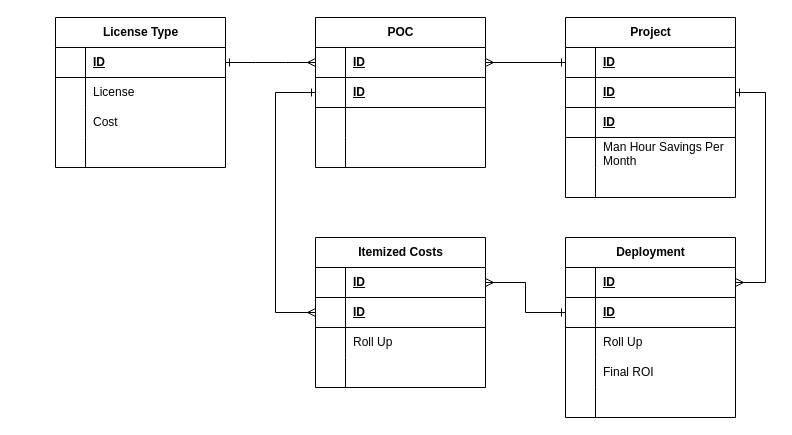
Earlier version of the draw.io diagram page "Option-1a" (1 of 4) of erd-projint-01.drawio (josjreyes/GitInit). Source tidied: cells renumbered, new cells numbered last; positions are measured from the earlier drawing's top-left corner, leaving out a move shared by most shapes. Both pictures are drawn from the tidied source at 100%, with x=0, y=0 at pixel (55, 17).
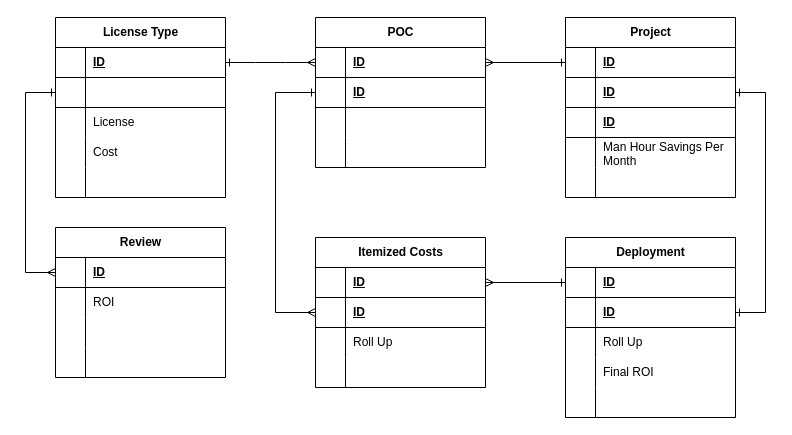
After the change.

Unchanged cells that the change refers to:
```xml
<mxCell id="6" style="shape=tableRow;horizontal=0;startSize=0;swimlaneHead=0;swimlaneBody=0;fillColor=none;points=[[0,0.5],[1,0.5]];portConstraint=eastwest;top=0;left=0;right=0;bottom=1;" parent="2" vertex="1">
  <mxGeometry y="60" width="170" height="30" as="geometry" />
</mxCell>
<mxCell id="33" style="shape=tableRow;horizontal=0;startSize=0;swimlaneHead=0;swimlaneBody=0;fillColor=none;points=[[0,0.5],[1,0.5]];portConstraint=eastwest;top=0;left=0;right=0;bottom=1;" parent="32" vertex="1">
  <mxGeometry y="30" width="170" height="30" as="geometry" />
</mxCell>
<mxCell id="36" style="shape=tableRow;horizontal=0;startSize=0;swimlaneHead=0;swimlaneBody=0;fillColor=none;points=[[0,0.5],[1,0.5]];portConstraint=eastwest;top=0;left=0;right=0;bottom=1;" parent="32" vertex="1">
  <mxGeometry y="60" width="170" height="30" as="geometry" />
</mxCell>
<mxCell id="63" style="shape=tableRow;horizontal=0;startSize=0;swimlaneHead=0;swimlaneBody=0;fillColor=none;points=[[0,0.5],[1,0.5]];portConstraint=eastwest;top=0;left=0;right=0;bottom=1;" parent="62" vertex="1">
  <mxGeometry y="30" width="170" height="30" as="geometry" />
</mxCell>
```

Change to the diagram source:
```diff
@@
     <mxCell id="18" value="License Type" style="shape=table;startSize=30;childLayout=tableLayout;rowLines=0;fontStyle=1;align=center;html=1;" parent="1" vertex="1">
-      <mxGeometry width="170" height="150" as="geometry" />
+      <mxGeometry width="170" height="180" as="geometry" />
     </mxCell>
@@
+    <mxCell id="78" style="shape=tableRow;horizontal=0;startSize=0;swimlaneHead=0;swimlaneBody=0;fillColor=none;points=[[0,0.5],[1,0.5]];portConstraint=eastwest;top=0;left=0;right=0;bottom=1;" parent="18" vertex="1">
+      <mxGeometry y="60" width="170" height="30" as="geometry" />
+    </mxCell>
+    <mxCell id="79" style="shape=partialRectangle;fillColor=none;top=0;left=0;bottom=0;right=0;fontStyle=1;overflow=hidden;whiteSpace=wrap;html=1;" parent="78" vertex="1">
+      <mxGeometry width="30" height="30" as="geometry" />
+    </mxCell>
+    <mxCell id="80" style="shape=partialRectangle;fillColor=none;top=0;left=0;bottom=0;right=0;align=left;spacingLeft=6;fontStyle=5;overflow=hidden;whiteSpace=wrap;html=1;" parent="78" vertex="1">
+      <mxGeometry x="30" width="140" height="30" as="geometry" />
+    </mxCell>
     <mxCell id="22" style="shape=tableRow;horizontal=0;startSize=0;swimlaneHead=0;swimlaneBody=0;fillColor=none;top=0;left=0;right=0;bottom=0;" parent="18" vertex="1">
-      <mxGeometry y="60" width="170" height="30" as="geometry" />
+      <mxGeometry y="90" width="170" height="30" as="geometry" />
     </mxCell>
@@
     <mxCell id="25" style="shape=tableRow;horizontal=0;startSize=0;swimlaneHead=0;swimlaneBody=0;fillColor=none;top=0;left=0;right=0;bottom=0;" parent="18" vertex="1">
-      <mxGeometry y="90" width="170" height="30" as="geometry" />
+      <mxGeometry y="120" width="170" height="30" as="geometry" />
     </mxCell>
@@
     <mxCell id="28" style="shape=tableRow;horizontal=0;startSize=0;swimlaneHead=0;swimlaneBody=0;fillColor=none;top=0;left=0;right=0;bottom=0;" parent="18" vertex="1">
-      <mxGeometry y="120" width="170" height="30" as="geometry" />
+      <mxGeometry y="150" width="170" height="30" as="geometry" />
     </mxCell>
@@
-    <mxCell id="61" style="edgeStyle=entityRelationEdgeStyle;fontSize=12;html=1;endArrow=ERone;startArrow=ERmany;rounded=0;entryX=1;entryY=0.5;entryDx=0;entryDy=0;startFill=0;endFill=0;" parent="1" edge="1" source="33" target="6">
+    <mxCell id="61" style="edgeStyle=entityRelationEdgeStyle;fontSize=12;html=1;endArrow=ERone;startArrow=ERone;rounded=0;entryX=1;entryY=0.5;entryDx=0;entryDy=0;startFill=0;endFill=0;" parent="1" edge="1" source="36" target="6">
       <mxGeometry relative="1" as="geometry">
         <Array as="points">
           <mxPoint x="584.9" y="775" />
           <mxPoint x="335" y="270" />
           <mxPoint x="574.9" y="775" />
         </Array>
       </mxGeometry>
     </mxCell>
@@
-    <mxCell id="75" style="edgeStyle=orthogonalEdgeStyle;rounded=0;jettySize=auto;html=1;exitX=1;exitY=0.5;exitDx=0;exitDy=0;entryX=0;entryY=0.5;entryDx=0;entryDy=0;endArrow=ERone;endFill=0;startArrow=ERmany;startFill=0;" parent="1" edge="1" source="63" target="36">
+    <mxCell id="75" style="edgeStyle=orthogonalEdgeStyle;rounded=0;jettySize=auto;html=1;exitX=1;exitY=0.5;exitDx=0;exitDy=0;entryX=0;entryY=0.5;entryDx=0;entryDy=0;endArrow=ERone;endFill=0;startArrow=ERmany;startFill=0;" parent="1" edge="1" source="63" target="33">
       <mxGeometry relative="1" as="geometry" />
     </mxCell>
@@
+    <mxCell id="81" value="Review" style="shape=table;startSize=30;childLayout=tableLayout;rowLines=0;fontStyle=1;align=center;html=1;" parent="1" vertex="1">
+      <mxGeometry y="210" width="170" height="150" as="geometry" />
+    </mxCell>
+    <mxCell id="82" style="shape=tableRow;horizontal=0;startSize=0;swimlaneHead=0;swimlaneBody=0;fillColor=none;points=[[0,0.5],[1,0.5]];portConstraint=eastwest;top=0;left=0;right=0;bottom=1;" parent="81" vertex="1">
+      <mxGeometry y="30" width="170" height="30" as="geometry" />
+    </mxCell>
+    <mxCell id="83" style="shape=partialRectangle;fillColor=none;top=0;left=0;bottom=0;right=0;fontStyle=1;overflow=hidden;whiteSpace=wrap;html=1;" parent="82" vertex="1">
+      <mxGeometry width="30" height="30" as="geometry" />
+    </mxCell>
+    <mxCell id="84" value="ID" style="shape=partialRectangle;fillColor=none;top=0;left=0;bottom=0;right=0;align=left;spacingLeft=6;fontStyle=5;overflow=hidden;whiteSpace=wrap;html=1;" parent="82" vertex="1">
+      <mxGeometry x="30" width="140" height="30" as="geometry" />
+    </mxCell>
+    <mxCell id="85" style="shape=tableRow;horizontal=0;startSize=0;swimlaneHead=0;swimlaneBody=0;fillColor=none;top=0;left=0;right=0;bottom=0;" parent="81" vertex="1">
+      <mxGeometry y="60" width="170" height="30" as="geometry" />
+    </mxCell>
+    <mxCell id="86" style="shape=partialRectangle;fillColor=none;top=0;left=0;bottom=0;right=0;overflow=hidden;whiteSpace=wrap;html=1;" parent="85" vertex="1">
+      <mxGeometry width="30" height="30" as="geometry" />
+    </mxCell>
+    <mxCell id="87" value="ROI" style="shape=partialRectangle;fillColor=none;top=0;left=0;bottom=0;right=0;align=left;spacingLeft=6;overflow=hidden;whiteSpace=wrap;html=1;" parent="85" vertex="1">
+      <mxGeometry x="30" width="140" height="30" as="geometry" />
+    </mxCell>
+    <mxCell id="88" style="shape=tableRow;horizontal=0;startSize=0;swimlaneHead=0;swimlaneBody=0;fillColor=none;top=0;left=0;right=0;bottom=0;" parent="81" vertex="1">
+      <mxGeometry y="90" width="170" height="30" as="geometry" />
+    </mxCell>
+    <mxCell id="89" style="shape=partialRectangle;fillColor=none;top=0;left=0;bottom=0;right=0;overflow=hidden;whiteSpace=wrap;html=1;" parent="88" vertex="1">
+      <mxGeometry width="30" height="30" as="geometry" />
+    </mxCell>
+    <mxCell id="90" style="shape=partialRectangle;fillColor=none;top=0;left=0;bottom=0;right=0;align=left;spacingLeft=6;overflow=hidden;whiteSpace=wrap;html=1;" parent="88" vertex="1">
+      <mxGeometry x="30" width="140" height="30" as="geometry" />
+    </mxCell>
+    <mxCell id="91" style="shape=tableRow;horizontal=0;startSize=0;swimlaneHead=0;swimlaneBody=0;fillColor=none;top=0;left=0;right=0;bottom=0;" parent="81" vertex="1">
+      <mxGeometry y="120" width="170" height="30" as="geometry" />
+    </mxCell>
+    <mxCell id="92" style="shape=partialRectangle;fillColor=none;top=0;left=0;bottom=0;right=0;overflow=hidden;whiteSpace=wrap;html=1;" parent="91" vertex="1">
+      <mxGeometry width="30" height="30" as="geometry" />
+    </mxCell>
+    <mxCell id="93" style="shape=partialRectangle;fillColor=none;top=0;left=0;bottom=0;right=0;align=left;spacingLeft=6;overflow=hidden;whiteSpace=wrap;html=1;" parent="91" vertex="1">
+      <mxGeometry x="30" width="140" height="30" as="geometry" />
+    </mxCell>
+    <mxCell id="94" style="edgeStyle=orthogonalEdgeStyle;rounded=0;jettySize=auto;html=1;entryX=0;entryY=0.5;entryDx=0;entryDy=0;startArrow=ERone;startFill=0;endArrow=ERmany;endFill=0;" parent="1" edge="1" source="78" target="82">
+      <mxGeometry relative="1" as="geometry">
+        <Array as="points">
+          <mxPoint x="-30" y="75" />
+          <mxPoint x="-30" y="255" />
+        </Array>
+      </mxGeometry>
+    </mxCell>
```
